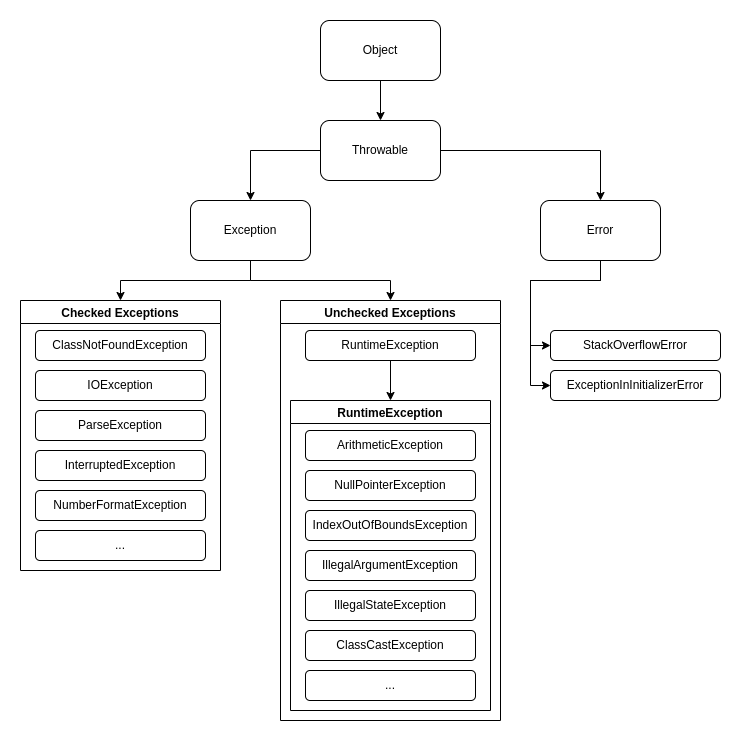
The draw.io diagram src/main/resources/tree.png in ciechanowiec/throwable, before a commit. Source tidied: cells renumbered, new cells last; positions are measured from the earlier drawing's top-left corner, leaving out a move shared by most shapes.
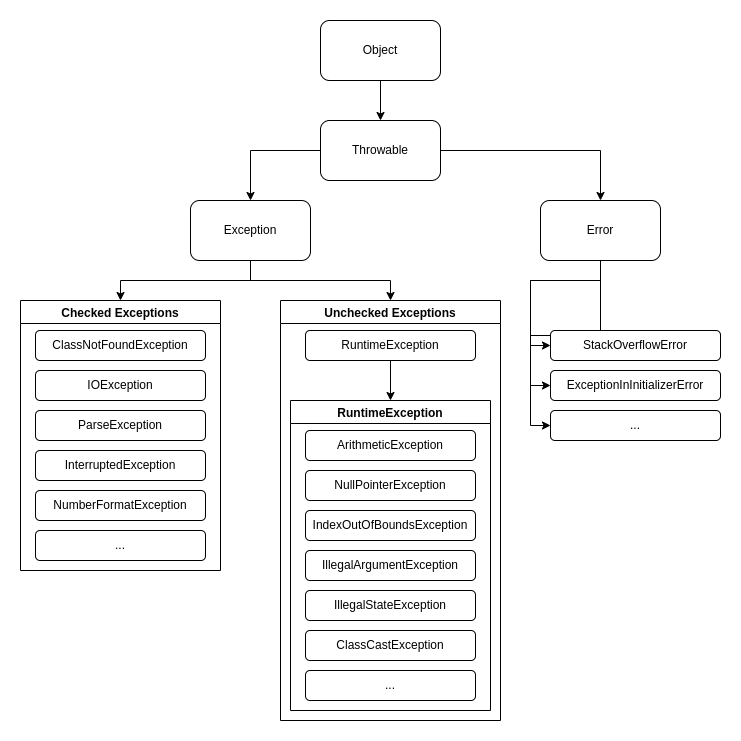
The same file after the commit.

What changed in the source:
```diff
@@ -48,6 +48,9 @@
         </Array>
       </mxGeometry>
     </mxCell>
+    <mxCell id="33" style="edgeStyle=orthogonalEdgeStyle;rounded=0;jettySize=auto;html=1;entryX=0;entryY=0.5;entryDx=0;entryDy=0;" parent="1" edge="1" source="12" target="34">
+      <mxGeometry relative="1" as="geometry" />
+    </mxCell>
     <mxCell id="12" value="Error" style="rounded=1;whiteSpace=wrap;html=1;" parent="1" vertex="1">
       <mxGeometry x="520" y="180" width="120" height="60" as="geometry" />
     </mxCell>
@@ -111,5 +114,8 @@
     <mxCell id="32" value="ExceptionInInitializerError" style="rounded=1;whiteSpace=wrap;html=1;" parent="1" vertex="1">
       <mxGeometry x="530" y="350" width="170" height="30" as="geometry" />
     </mxCell>
+    <mxCell id="34" value="..." style="rounded=1;whiteSpace=wrap;html=1;" parent="1" vertex="1">
+      <mxGeometry x="530" y="390" width="170" height="30" as="geometry" />
+    </mxCell>
   </root>
 </mxGraphModel>
```
